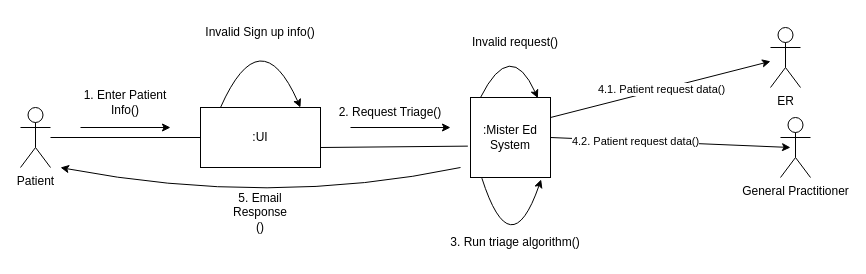
Earlier version of the draw.io diagram JustinWork/Collaboration_diagram_rough.drawio (SENG-350-2024-fall/Team9). Source tidied: cells renumbered, new cells numbered last; positions are measured from the earlier drawing's top-left corner, leaving out a move shared by most shapes. Both pictures are drawn from the tidied source at 100%, with x=0, y=0 at pixel (20, 17).
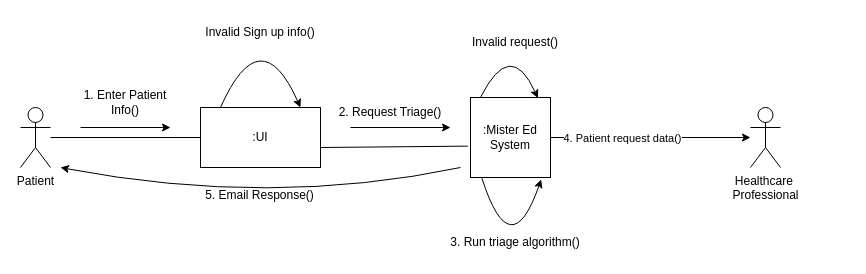
After the change.

Unchanged cells that the change refers to:
```xml
<mxCell id="6" value=":Mister Ed System" style="whiteSpace=wrap;html=1;" parent="1" vertex="1">
  <mxGeometry x="450" y="80" width="80" height="80" as="geometry" />
</mxCell>
```

Diff of the diagram source:
```diff
@@
-<mxGraphModel>
+<mxGraphModel background="#FFFFFF">
@@
-    <mxCell id="11" style="endArrow=classic;html=1;rounded=0;exitX=1;exitY=0.25;exitDx=0;exitDy=0;" parent="1" edge="1" source="6" target="15">
-      <mxGeometry relative="1" as="geometry" />
-    </mxCell>
-    <mxCell id="12" value="4.1. Patient request data()" style="edgeLabel;html=1;align=center;verticalAlign=middle;" parent="11" vertex="1">
-      <mxGeometry relative="1" as="geometry" />
-    </mxCell>
-    <mxCell id="13" style="endArrow=classic;html=1;rounded=0;exitX=1;exitY=0.5;exitDx=0;exitDy=0;" parent="1" edge="1" source="6">
-      <mxGeometry relative="1" as="geometry">
-        <mxPoint x="770" y="130" as="targetPoint" />
-      </mxGeometry>
+    <mxCell id="13" style="endArrow=classic;html=1;rounded=0;exitX=1;exitY=0.5;exitDx=0;exitDy=0;" parent="1" edge="1" source="6" target="16">
+      <mxGeometry relative="1" as="geometry" />
     </mxCell>
-    <mxCell id="14" value="4.2. Patient request data()" style="edgeLabel;html=1;align=center;verticalAlign=middle;" parent="13" vertex="1">
+    <mxCell id="14" value="4. Patient request data()" style="edgeLabel;html=1;align=center;verticalAlign=middle;" parent="13" vertex="1">
       <mxGeometry x="-0.29" relative="1" as="geometry" />
     </mxCell>
-    <mxCell id="15" value="ER" style="shape=umlActor;verticalLabelPosition=bottom;verticalAlign=top;html=1;outlineConnect=0;" parent="1" vertex="1">
-      <mxGeometry x="750" y="10" width="30" height="60" as="geometry" />
-    </mxCell>
-    <mxCell id="16" value="General Practitioner" style="shape=umlActor;verticalLabelPosition=bottom;verticalAlign=top;html=1;outlineConnect=0;" parent="1" vertex="1">
-      <mxGeometry x="760" y="100" width="30" height="60" as="geometry" />
+    <mxCell id="16" value="Healthcare&amp;nbsp;&lt;div&gt;Professional&lt;/div&gt;" style="shape=umlActor;verticalLabelPosition=bottom;verticalAlign=top;html=1;outlineConnect=0;" parent="1" vertex="1">
+      <mxGeometry x="730" y="90" width="30" height="60" as="geometry" />
     </mxCell>
@@
-    <mxCell id="24" value="5. Email Response ()" style="text;html=1;align=center;verticalAlign=middle;whiteSpace=wrap;rounded=0;" parent="1" vertex="1">
-      <mxGeometry x="210" y="180" width="60" height="30" as="geometry" />
+    <mxCell id="24" value="5. Email Response()" style="text;html=1;align=center;verticalAlign=middle;whiteSpace=wrap;rounded=0;" parent="1" vertex="1">
+      <mxGeometry x="177" y="163" width="125" height="30" as="geometry" />
     </mxCell>
```
